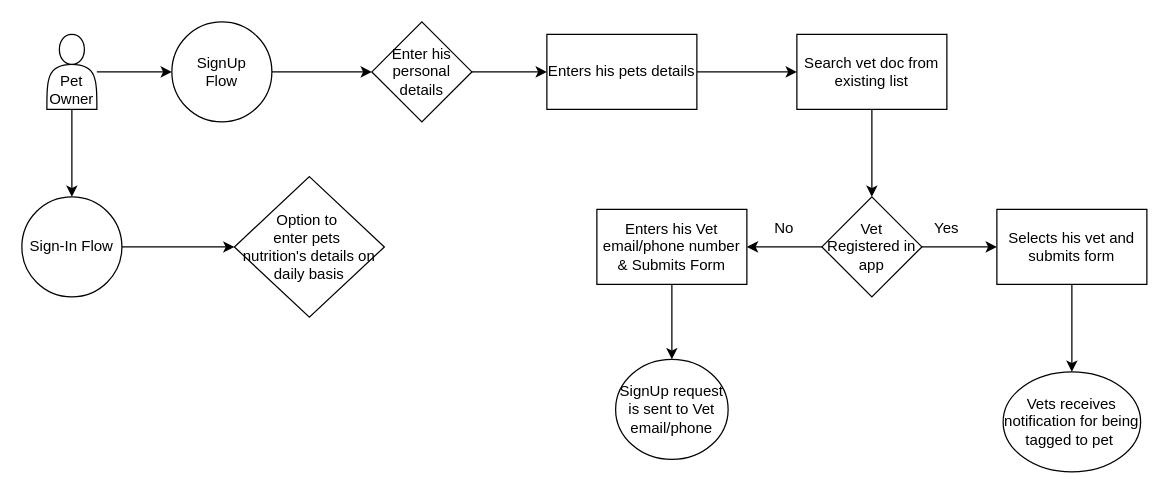
This is Pet-App-Flow.drawio from namanchopra21087/design-documents, a draw.io file, before an edit. Source tidied: cells renumbered, new cells numbered last; positions are measured from the earlier drawing's top-left corner, leaving out a move shared by most shapes. Both pictures are drawn from the tidied source at 125%, with x=0, y=0 at pixel (21, 21).
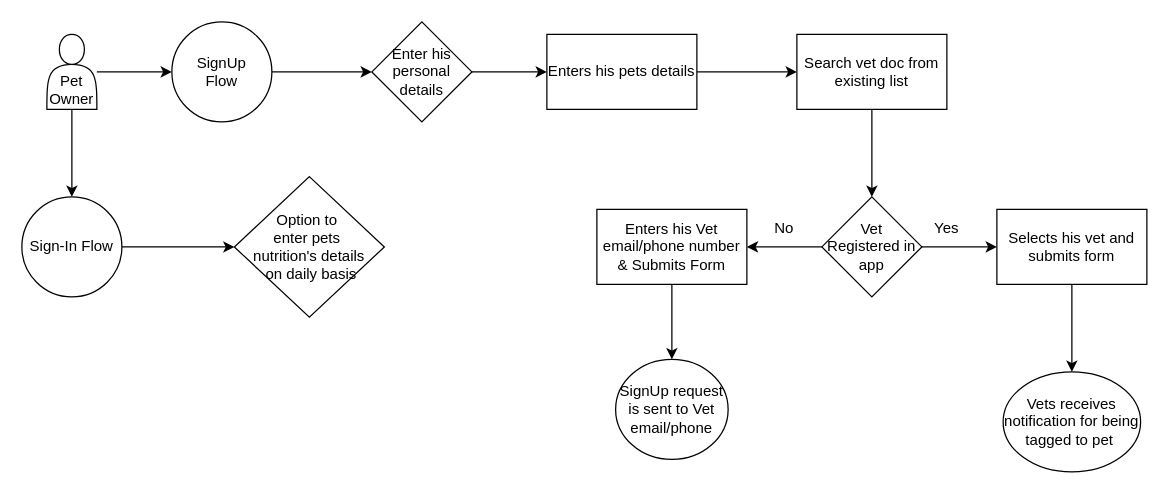
After the change.

The edit, as a diff of the source:
```diff
@@
-    <mxCell id="15" value="Option to&amp;nbsp;&lt;div&gt;enter pets&amp;nbsp;&lt;/div&gt;&lt;div&gt;nutrition's details on daily basis&lt;/div&gt;" style="rhombus;whiteSpace=wrap;html=1;" parent="1" vertex="1">
+    <mxCell id="15" value="Option to&amp;nbsp;&lt;div&gt;enter pets&amp;nbsp;&lt;/div&gt;&lt;div&gt;nutrition's details&lt;/div&gt;&lt;div&gt;&amp;nbsp;on daily basis&lt;/div&gt;" style="rhombus;whiteSpace=wrap;html=1;" parent="1" vertex="1">
       <mxGeometry x="170" y="123.8" width="120" height="112.5" as="geometry" />
     </mxCell>
```
